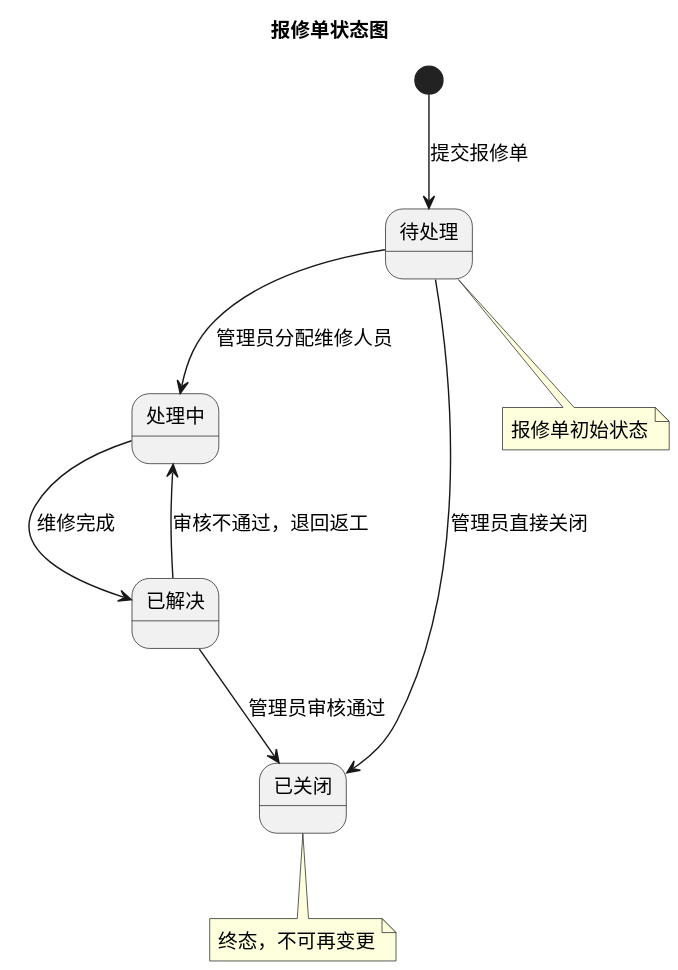
This is status/img/state_repair.svg from greenhandzdl/charging-station-doc, a PlantUML export, as it was before one commit.
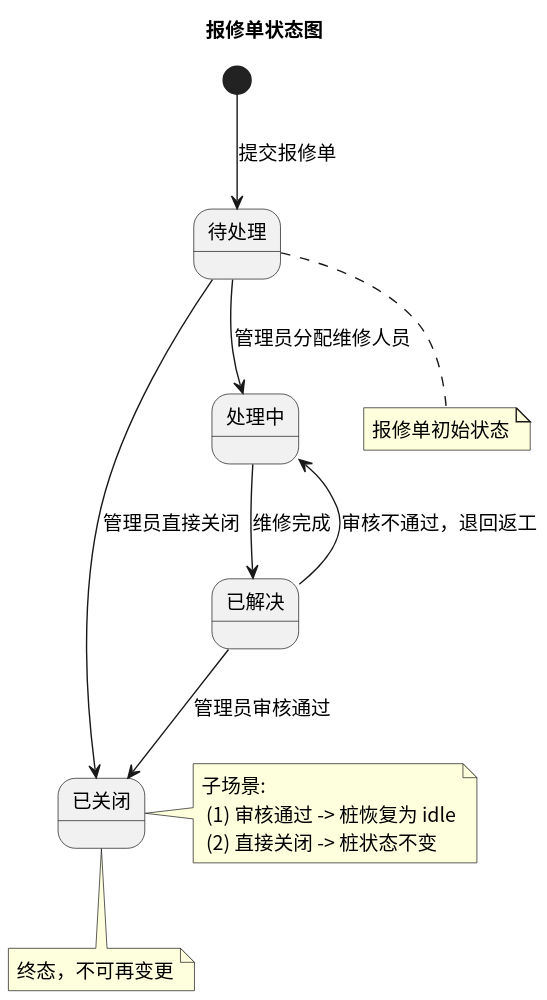
The same file after the commit.

What changed in the source:
```diff
@@ -17,4 +17,5 @@
 
 note bottom of OPEN : 报修单初始状态
 note bottom of CLOSED : 终态，不可再变更
+note right of CLOSED : 子场景:\n (1) 审核通过 -> 桩恢复为 idle\n (2) 直接关闭 -> 桩状态不变
 @enduml
```
